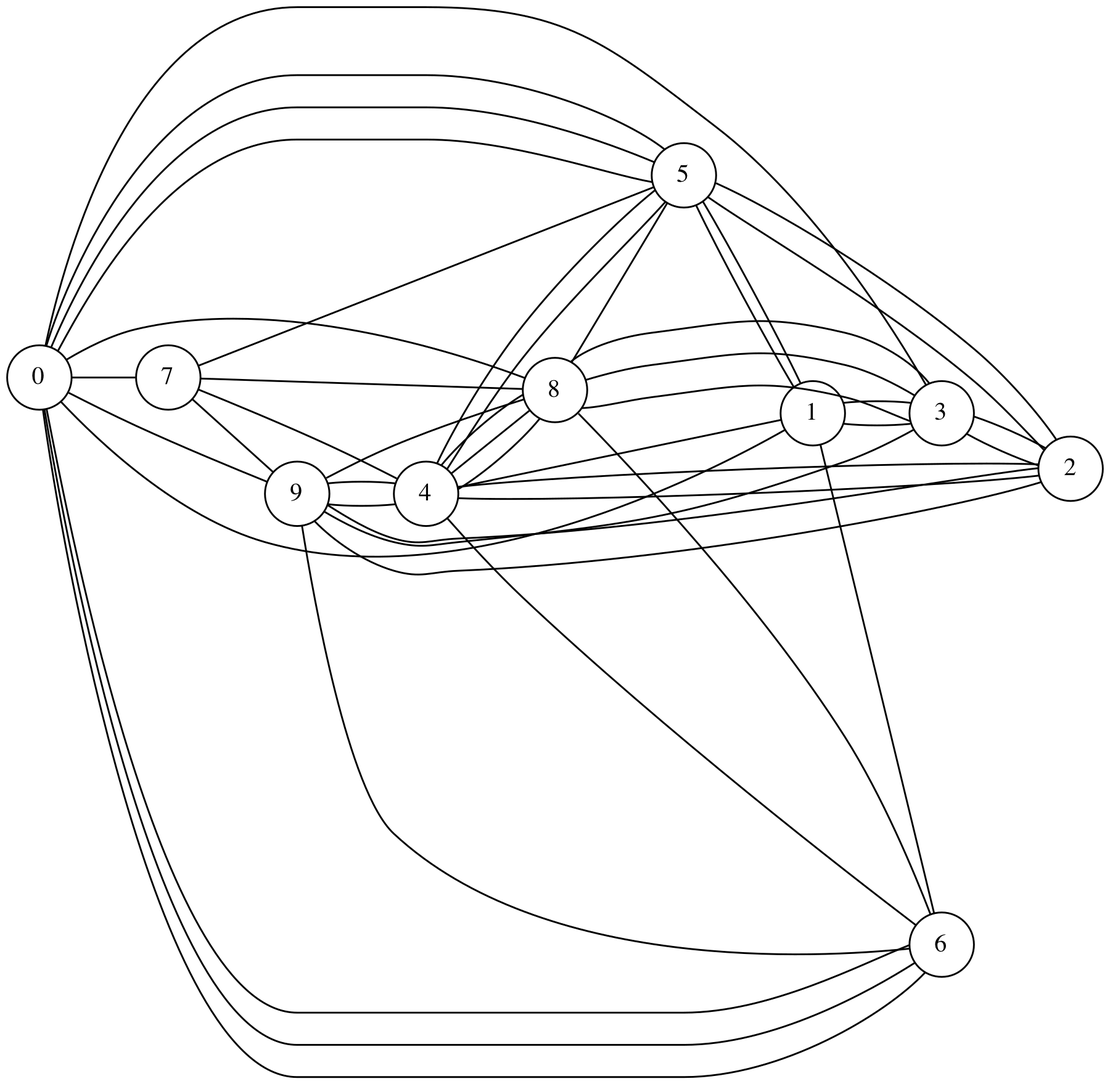
This is graphs-networks/c-networks/graphviz/list_graph.png from mickey-is-codin/data-structures, a Graphviz export, as it was before one commit. Its source is kept beside it as graphs-networks/c-networks/graphviz/list_graph.dot.
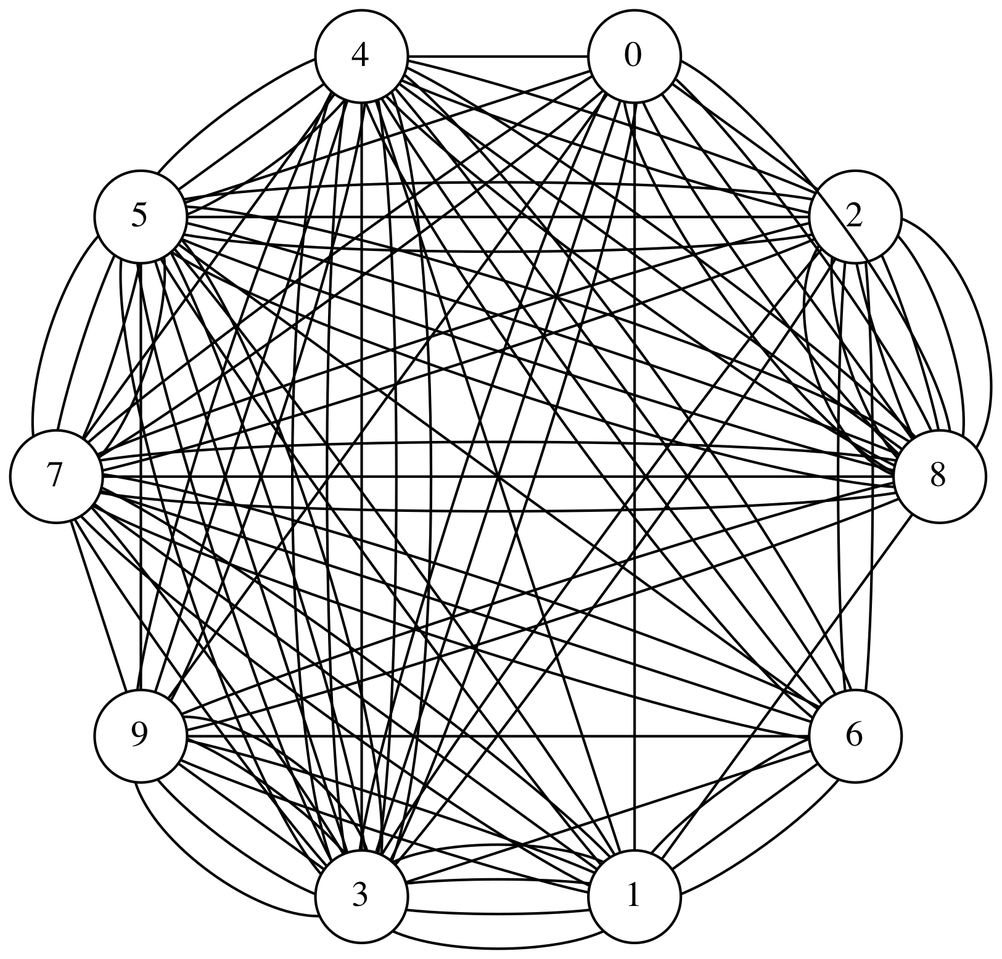
Above is the later version.

Commit message:
Need to destroy adjacency list before I work on anything else

What changed in the source:
```diff
@@ -5,48 +5,103 @@
 	rankdir="LR";
 
 	"0" -- "7"
+	"0" -- "8"
+	"0" -- "8"
+	"0" -- "2"
+	"0" -- "8"
+	"0" -- "7"
 	"0" -- "3"
 	"0" -- "9"
-	"0" -- "6"
-	"0" -- "5"
-	"0" -- "6"
-	"0" -- "5"
-	"0" -- "5"
-	"0" -- "1"
+	"1" -- "3"
+	"1" -- "8"
+	"1" -- "5"
+	"1" -- "0"
+	"1" -- "7"
+	"1" -- "7"
+	"1" -- "5"
+	"1" -- "4"
+	"1" -- "3"
 	"1" -- "6"
-	"1" -- "5"
-	"1" -- "3"
-	"2" -- "9"
 	"2" -- "3"
+	"2" -- "4"
+	"2" -- "8"
+	"2" -- "7"
+	"2" -- "6"
+	"2" -- "8"
+	"2" -- "8"
 	"2" -- "5"
-	"2" -- "9"
-	"2" -- "4"
+	"2" -- "7"
+	"3" -- "5"
+	"3" -- "0"
+	"3" -- "1"
+	"3" -- "9"
+	"3" -- "9"
+	"3" -- "7"
+	"3" -- "1"
+	"3" -- "7"
 	"3" -- "2"
-	"3" -- "1"
-	"3" -- "8"
 	"3" -- "9"
-	"4" -- "7"
+	"3" -- "4"
+	"3" -- "0"
+	"3" -- "5"
+	"3" -- "4"
+	"4" -- "3"
+	"4" -- "2"
+	"4" -- "5"
+	"4" -- "0"
+	"4" -- "6"
+	"4" -- "5"
 	"4" -- "8"
-	"4" -- "8"
+	"4" -- "9"
+	"4" -- "6"
 	"4" -- "5"
-	"4" -- "9"
-	"4" -- "2"
-	"4" -- "1"
-	"4" -- "6"
+	"4" -- "3"
+	"4" -- "3"
+	"5" -- "3"
+	"5" -- "3"
+	"5" -- "8"
 	"5" -- "2"
-	"5" -- "1"
-	"5" -- "4"
+	"5" -- "2"
+	"5" -- "0"
+	"5" -- "9"
+	"5" -- "6"
+	"5" -- "3"
+	"6" -- "3"
+	"6" -- "1"
 	"6" -- "9"
-	"6" -- "8"
-	"6" -- "0"
+	"6" -- "4"
+	"6" -- "4"
+	"6" -- "2"
+	"6" -- "1"
+	"6" -- "7"
+	"6" -- "7"
+	"6" -- "7"
+	"7" -- "8"
 	"7" -- "9"
+	"7" -- "4"
 	"7" -- "5"
-	"8" -- "3"
-	"8" -- "7"
-	"8" -- "5"
-	"8" -- "9"
-	"8" -- "3"
+	"7" -- "5"
+	"7" -- "5"
+	"7" -- "5"
+	"7" -- "1"
+	"7" -- "8"
 	"8" -- "4"
 	"8" -- "0"
+	"8" -- "7"
+	"8" -- "2"
+	"8" -- "0"
+	"8" -- "2"
+	"8" -- "4"
+	"8" -- "5"
+	"8" -- "5"
+	"8" -- "5"
+	"8" -- "2"
 	"9" -- "4"
+	"9" -- "1"
+	"9" -- "8"
+	"9" -- "3"
+	"9" -- "1"
+	"9" -- "8"
+	"9" -- "4"
+	"9" -- "3"
 }
```
